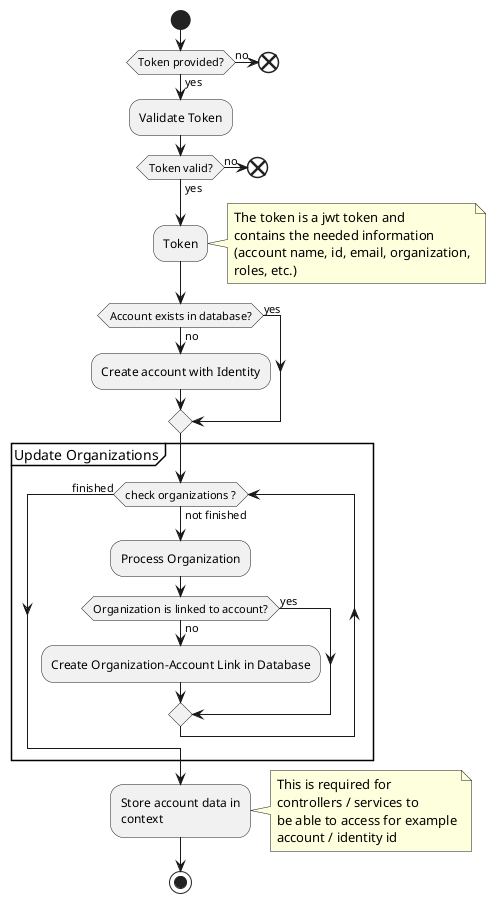
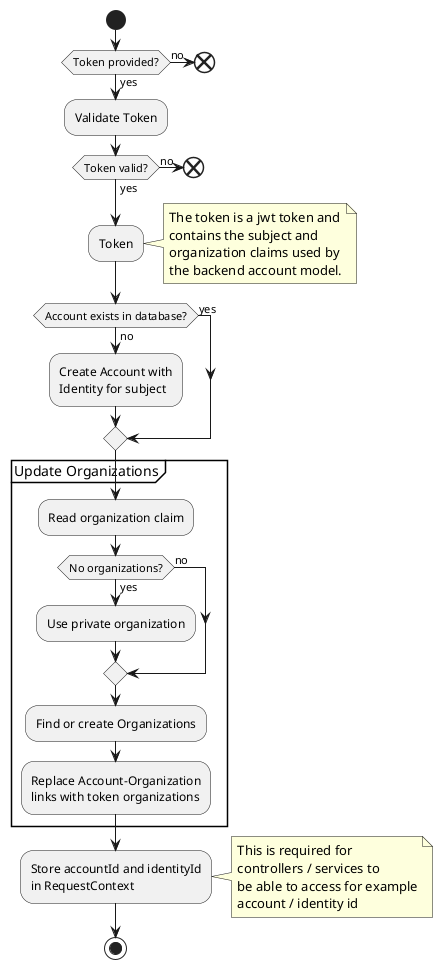
@startuml

start

if (Token provided?) then (yes)
  :Validate Token;

  if (Token valid?) then (yes)
    :Token; <<object>>
    note right
      The token is a jwt token and
-       contains the needed information
-       (account name, id, email, organization,
-       roles, etc.)
+       contains the subject and
+       organization claims used by
+       the backend account model.
    end note

    if (Account exists in database?) then (yes)
    else (no)
-         :Create account with Identity;
+         :Create Account with
+         Identity for subject;
    endif

    partition "Update Organizations" {
-         while (check organizations ?) is (not finished)
-             :Process Organization;
-             if (Organization is linked to account?) then (yes)
-             else (no)
-                 :Create Organization-Account Link in Database;
-             endif
-         endwhile (finished)
+         :Read organization claim;
+         if (No organizations?) then (yes)
+             :Use private organization;
+         else (no)
+         endif
+         :Find or create Organizations;
+         :Replace Account-Organization
+         links with token organizations;
    }

-     :Store account data in
-     context;
+     :Store accountId and identityId
+     in RequestContext;
    note right
      This is required for
      controllers / services to
      be able to access for example
      account / identity id
    end note
  else (no)
    end
  endif

else (no)
    end
endif

stop

@enduml
